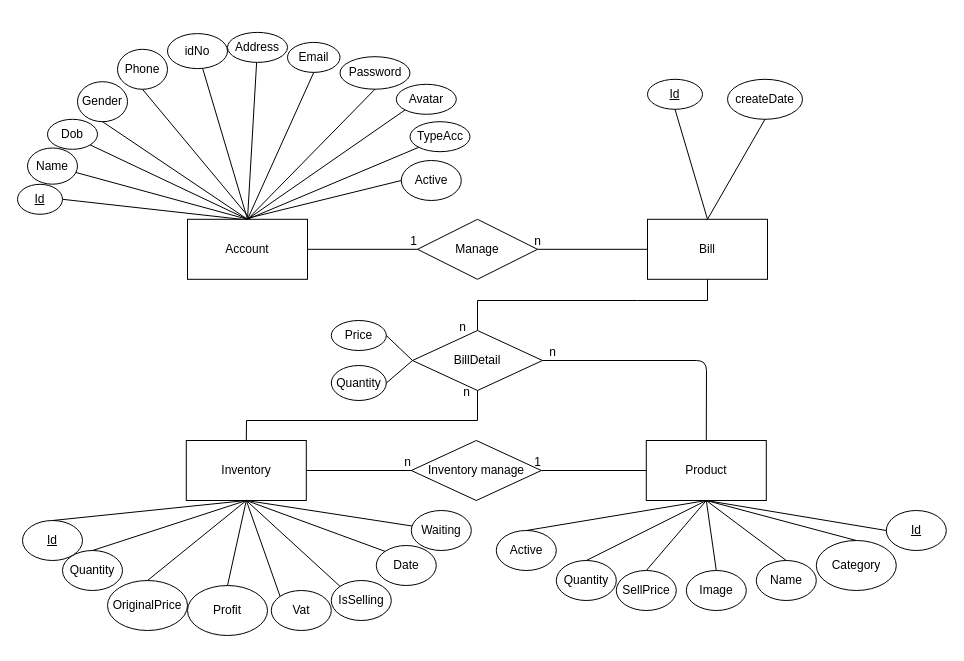
Before: erd.drawio in khoahc/DBMS-QLCHNoiThat, a draw.io diagram. Source tidied: cells renumbered, new cells numbered last; positions are measured from the earlier drawing's top-left corner, leaving out a move shared by most shapes. Both pictures are drawn from the tidied source at 100%, with x=0, y=0 at pixel (17, 32).
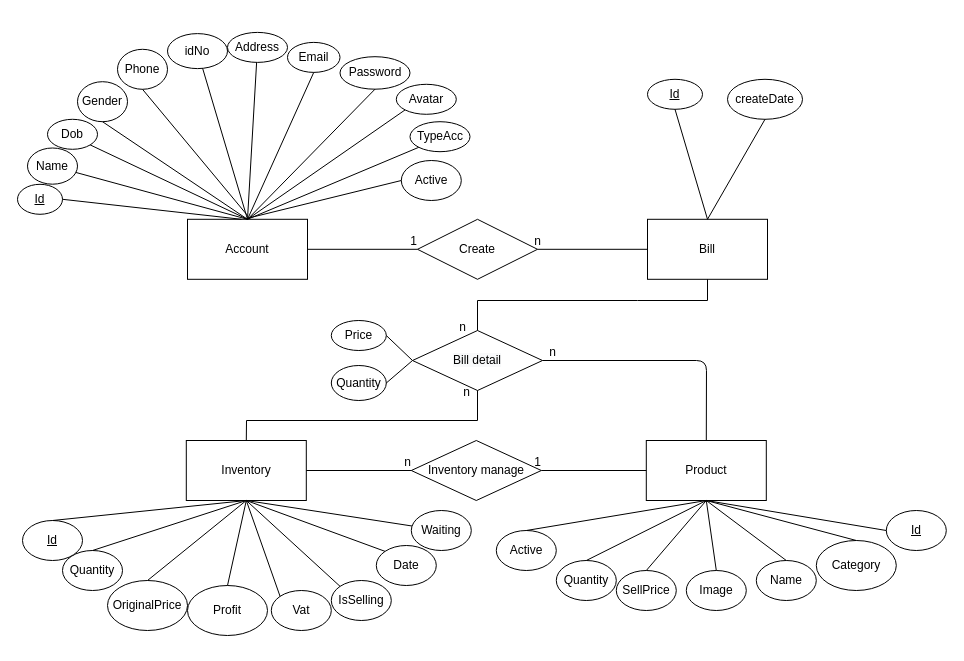
The same page after the edit.

Change to the diagram source:
```diff
@@
-    <mxCell id="44" value="&#10;&#10;&lt;span style=&quot;color: rgb(0, 0, 0); font-family: helvetica; font-size: 12px; font-style: normal; font-weight: 400; letter-spacing: normal; text-align: center; text-indent: 0px; text-transform: none; word-spacing: 0px; background-color: rgb(248, 249, 250); display: inline; float: none;&quot;&gt;BillDetail&lt;/span&gt;&#10;&#10;" style="rhombus;whiteSpace=wrap;html=1;" parent="1" vertex="1">
+    <mxCell id="44" value="&lt;span style=&quot;color: rgb(0 , 0 , 0) ; font-family: &amp;#34;helvetica&amp;#34; ; font-size: 12px ; font-style: normal ; font-weight: 400 ; letter-spacing: normal ; text-align: center ; text-indent: 0px ; text-transform: none ; word-spacing: 0px ; background-color: rgb(248 , 249 , 250) ; display: inline ; float: none&quot;&gt;Bill detail&lt;/span&gt;" style="rhombus;whiteSpace=wrap;html=1;" parent="1" vertex="1">
       <mxGeometry x="395" y="298" width="130" height="60" as="geometry" />
     </mxCell>
@@
-    <mxCell id="57" value="Manage" style="shape=rhombus;perimeter=rhombusPerimeter;whiteSpace=wrap;html=1;align=center;" parent="1" vertex="1">
+    <mxCell id="57" value="Create" style="shape=rhombus;perimeter=rhombusPerimeter;whiteSpace=wrap;html=1;align=center;" parent="1" vertex="1">
       <mxGeometry x="400" y="186.8" width="120" height="60" as="geometry" />
     </mxCell>
```
